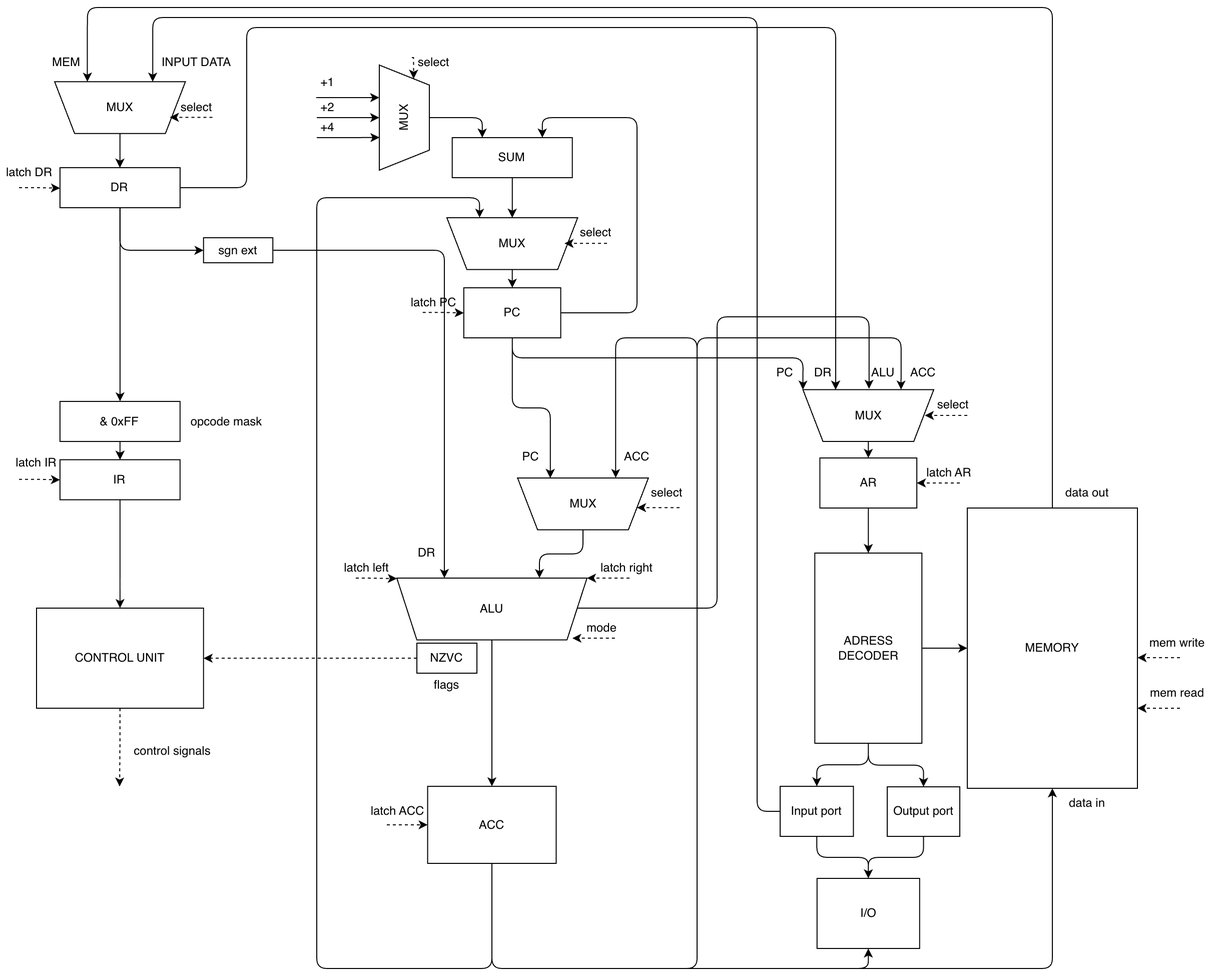
Above: scheme_acc32.png in 25thGilbertsProblem/csa-lab3-scheme (draw.io), before the change. Source tidied: cells renumbered, new cells last; positions are measured from the earlier drawing's top-left corner, leaving out a move shared by most shapes.
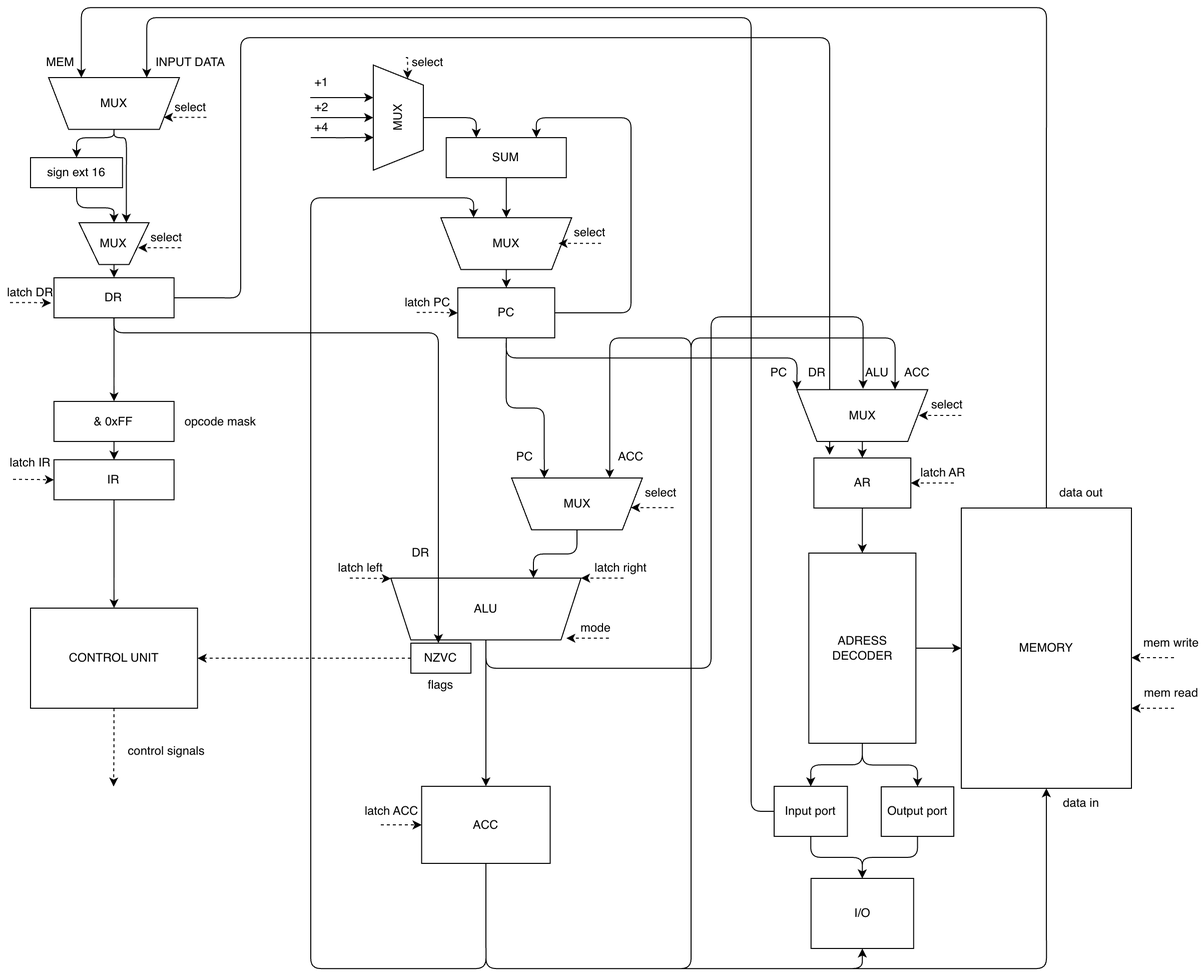
The same file after the commit.

The edit, as a diff of the source:
```diff
@@ -25,12 +25,12 @@
     <mxCell id="6" style="edgeStyle=orthogonalEdgeStyle;rounded=0;jettySize=auto;html=1;exitX=0.5;exitY=0;exitDx=0;exitDy=0;entryX=0.5;entryY=0;entryDx=0;entryDy=0;" parent="1" edge="1" source="8" target="16">
       <mxGeometry relative="1" as="geometry" />
     </mxCell>
-    <mxCell id="7" style="edgeStyle=orthogonalEdgeStyle;rounded=1;orthogonalLoop=1;jettySize=auto;html=1;exitX=0;exitY=0.5;exitDx=0;exitDy=0;entryX=0.5;entryY=1;entryDx=0;entryDy=0;curved=0;" parent="1" edge="1">
+    <mxCell id="7" style="edgeStyle=orthogonalEdgeStyle;rounded=1;jettySize=auto;html=1;exitX=0.5;exitY=0;exitDx=0;exitDy=0;entryX=0.5;entryY=1;entryDx=0;entryDy=0;curved=0;" parent="1" edge="1" source="8">
       <mxGeometry relative="1" as="geometry">
-        <mxPoint x="577.7" y="600" as="sourcePoint" />
         <mxPoint x="868.8" y="380.9" as="targetPoint" />
         <Array as="points">
-          <mxPoint x="717" y="600" />
+          <mxPoint x="492" y="660" />
+          <mxPoint x="717" y="660" />
           <mxPoint x="717" y="309" />
           <mxPoint x="869" y="309" />
         </Array>
@@ -101,20 +101,18 @@
     <mxCell id="20" style="edgeStyle=orthogonalEdgeStyle;rounded=0;jettySize=auto;html=1;exitX=0.5;exitY=1;exitDx=0;exitDy=0;" parent="1" edge="1" source="23" target="25">
       <mxGeometry relative="1" as="geometry" />
     </mxCell>
-    <mxCell id="21" style="edgeStyle=orthogonalEdgeStyle;rounded=1;jettySize=auto;html=1;exitX=1;exitY=0.5;exitDx=0;exitDy=0;entryX=0.75;entryY=1;entryDx=0;entryDy=0;curved=0;" parent="1" edge="1" source="23" target="37">
+    <mxCell id="21" style="edgeStyle=orthogonalEdgeStyle;rounded=1;jettySize=auto;html=1;exitX=1;exitY=0.5;exitDx=0;exitDy=0;entryX=0.75;entryY=1;entryDx=0;entryDy=0;curved=0;" parent="1" edge="1" source="23">
       <mxGeometry relative="1" as="geometry">
+        <mxPoint x="835.5" y="446.8" as="targetPoint" />
         <Array as="points">
-          <mxPoint x="247" y="180" />
-          <mxPoint x="247" y="20" />
-          <mxPoint x="836" y="20" />
+          <mxPoint x="247" y="290" />
+          <mxPoint x="247" y="30" />
+          <mxPoint x="836" y="30" />
         </Array>
       </mxGeometry>
     </mxCell>
-    <mxCell id="22" style="edgeStyle=orthogonalEdgeStyle;rounded=1;jettySize=auto;html=1;exitX=0.5;exitY=1;exitDx=0;exitDy=0;entryX=0;entryY=0.5;entryDx=0;entryDy=0;curved=0;" parent="1" edge="1" source="23" target="105">
-      <mxGeometry relative="1" as="geometry" />
-    </mxCell>
     <mxCell id="23" value="DR" style="rounded=0;whiteSpace=wrap;html=1;" parent="1" vertex="1">
-      <mxGeometry x="60.4" y="160" width="120" height="40" as="geometry" />
+      <mxGeometry x="60.4" y="270" width="120" height="40" as="geometry" />
     </mxCell>
     <mxCell id="24" style="edgeStyle=orthogonalEdgeStyle;rounded=0;jettySize=auto;html=1;exitX=0.5;exitY=1;exitDx=0;exitDy=0;entryX=0.5;entryY=0;entryDx=0;entryDy=0;" parent="1" edge="1" source="25" target="27">
       <mxGeometry relative="1" as="geometry" />
@@ -272,11 +270,24 @@
     <mxCell id="67" value="ACC" style="text;html=1;whiteSpace=wrap;strokeColor=none;fillColor=none;align=center;verticalAlign=middle;rounded=0;" parent="1" vertex="1">
       <mxGeometry x="893.2" y="350" width="60" height="30" as="geometry" />
     </mxCell>
-    <mxCell id="68" style="edgeStyle=orthogonalEdgeStyle;rounded=0;jettySize=auto;html=1;exitX=0.5;exitY=0;exitDx=0;exitDy=0;" parent="1" edge="1" source="69" target="23">
-      <mxGeometry relative="1" as="geometry" />
-    </mxCell>
+    <mxCell id="106" style="edgeStyle=orthogonalEdgeStyle;rounded=1;jettySize=auto;html=1;exitX=0.5;exitY=0;exitDx=0;exitDy=0;curved=0;" parent="1" edge="1" source="69" target="109">
+      <mxGeometry relative="1" as="geometry">
+        <Array as="points">
+          <mxPoint x="120" y="130" />
+          <mxPoint x="83" y="130" />
+        </Array>
+      </mxGeometry>
+    </mxCell>
+    <mxCell id="107" style="edgeStyle=orthogonalEdgeStyle;rounded=1;jettySize=auto;html=1;exitX=0.5;exitY=0;exitDx=0;exitDy=0;entryX=0;entryY=0;entryDx=0;entryDy=0;curved=0;" parent="1" edge="1" source="69" target="112">
+      <mxGeometry relative="1" as="geometry">
+        <Array as="points">
+          <mxPoint x="120" y="130" />
+          <mxPoint x="133" y="130" />
+        </Array>
+      </mxGeometry>
+    </mxCell>
     <mxCell id="69" value="MUX" style="shape=trapezoid;perimeter=trapezoidPerimeter;whiteSpace=wrap;html=1;fixedSize=1;horizontal=1;direction=west;" parent="1" vertex="1">
-      <mxGeometry x="55.1" y="74.1" width="130.7" height="51.8" as="geometry" />
+      <mxGeometry x="55.1" y="70" width="130.7" height="51.8" as="geometry" />
     </mxCell>
     <mxCell id="70" value="MEM" style="text;html=1;whiteSpace=wrap;strokeColor=none;fillColor=none;align=center;verticalAlign=middle;rounded=0;" parent="1" vertex="1">
       <mxGeometry x="37" y="40" width="60" height="30" as="geometry" />
@@ -326,8 +337,8 @@
     </mxCell>
     <mxCell id="81" style="edgeStyle=orthogonalEdgeStyle;rounded=0;orthogonalLoop=1;jettySize=auto;html=1;exitX=1;exitY=0.5;exitDx=0;exitDy=0;entryX=0;entryY=0.5;entryDx=0;entryDy=0;dashed=1;" parent="1" edge="1">
       <mxGeometry relative="1" as="geometry">
-        <mxPoint x="19.4" y="180" as="sourcePoint" />
-        <mxPoint x="60.4" y="180.5" as="targetPoint" />
+        <mxPoint x="16.5" y="294.7" as="sourcePoint" />
+        <mxPoint x="57.5" y="295.2" as="targetPoint" />
       </mxGeometry>
     </mxCell>
     <mxCell id="82" style="edgeStyle=orthogonalEdgeStyle;rounded=0;orthogonalLoop=1;jettySize=auto;html=1;exitX=1;exitY=0.5;exitDx=0;exitDy=0;entryX=0;entryY=0.5;entryDx=0;entryDy=0;dashed=1;" parent="1" edge="1">
@@ -346,7 +357,7 @@
       <mxGeometry x="7" y="440" width="60" height="30" as="geometry" />
     </mxCell>
     <mxCell id="85" value="latch DR" style="text;html=1;whiteSpace=wrap;strokeColor=none;fillColor=none;align=center;verticalAlign=middle;rounded=0;" parent="1" vertex="1">
-      <mxGeometry x="0.4" y="150" width="60" height="30" as="geometry" />
+      <mxGeometry x="7" y="270" width="60" height="30" as="geometry" />
     </mxCell>
     <mxCell id="86" value="latch PC" style="text;html=1;whiteSpace=wrap;strokeColor=none;fillColor=none;align=center;verticalAlign=middle;rounded=0;" parent="1" vertex="1">
       <mxGeometry x="403.9" y="280" width="60" height="30" as="geometry" />
@@ -425,11 +436,35 @@
     <mxCell id="103" value="select" style="text;html=1;whiteSpace=wrap;strokeColor=none;fillColor=none;align=center;verticalAlign=middle;rounded=0;" parent="1" vertex="1">
       <mxGeometry x="393.9" y="40" width="80" height="30" as="geometry" />
     </mxCell>
-    <mxCell id="104" style="edgeStyle=orthogonalEdgeStyle;rounded=1;jettySize=auto;html=1;exitX=1;exitY=0.5;exitDx=0;exitDy=0;entryX=0.75;entryY=1;entryDx=0;entryDy=0;curved=0;" parent="1" edge="1" source="105" target="8">
-      <mxGeometry relative="1" as="geometry" />
+    <mxCell id="104" style="edgeStyle=orthogonalEdgeStyle;rounded=1;jettySize=auto;html=1;exitX=0.5;exitY=1;exitDx=0;exitDy=0;entryX=0.75;entryY=1;entryDx=0;entryDy=0;curved=0;" parent="1" edge="1" source="23">
+      <mxGeometry relative="1" as="geometry">
+        <mxPoint x="444.5" y="635" as="targetPoint" />
+        <Array as="points">
+          <mxPoint x="120" y="325" />
+          <mxPoint x="445" y="325" />
+        </Array>
+      </mxGeometry>
     </mxCell>
-    <mxCell id="105" value="sgn ext" style="rounded=0;whiteSpace=wrap;html=1;" parent="1" vertex="1">
-      <mxGeometry x="203.9" y="230" width="69.2" height="25" as="geometry" />
-    </mxCell>
+    <mxCell id="108" style="edgeStyle=orthogonalEdgeStyle;rounded=1;jettySize=auto;html=1;exitX=0.5;exitY=1;exitDx=0;exitDy=0;entryX=0.5;entryY=1;entryDx=0;entryDy=0;curved=0;" parent="1" edge="1" source="109" target="111">
+      <mxGeometry relative="1" as="geometry" />
+    </mxCell>
+    <mxCell id="109" value="sign ext 16" style="rounded=0;whiteSpace=wrap;html=1;" parent="1" vertex="1">
+      <mxGeometry x="37" y="150" width="91.9" height="30" as="geometry" />
+    </mxCell>
+    <mxCell id="110" style="edgeStyle=orthogonalEdgeStyle;rounded=0;jettySize=auto;html=1;exitX=0.5;exitY=0;exitDx=0;exitDy=0;entryX=0.5;entryY=0;entryDx=0;entryDy=0;" parent="1" edge="1" source="111" target="23">
+      <mxGeometry relative="1" as="geometry" />
+    </mxCell>
+    <mxCell id="111" value="MUX" style="shape=trapezoid;perimeter=trapezoidPerimeter;whiteSpace=wrap;html=1;fixedSize=1;horizontal=1;direction=west;" parent="1" vertex="1">
+      <mxGeometry x="85.4" y="215" width="70" height="41.8" as="geometry" />
+    </mxCell>
+    <mxCell id="112" value="select" style="text;html=1;whiteSpace=wrap;strokeColor=none;fillColor=none;align=center;verticalAlign=middle;rounded=0;" parent="1" vertex="1">
+      <mxGeometry x="132.8" y="215" width="80" height="30" as="geometry" />
+    </mxCell>
+    <mxCell id="113" style="edgeStyle=orthogonalEdgeStyle;rounded=0;orthogonalLoop=1;jettySize=auto;html=1;exitX=0;exitY=0.5;exitDx=0;exitDy=0;entryX=1;entryY=0.5;entryDx=0;entryDy=0;dashed=1;" parent="1" edge="1">
+      <mxGeometry relative="1" as="geometry">
+        <mxPoint x="187" y="240" as="sourcePoint" />
+        <mxPoint x="144.5" y="240" as="targetPoint" />
+      </mxGeometry>
+    </mxCell>
   </root>
 </mxGraphModel>
```
